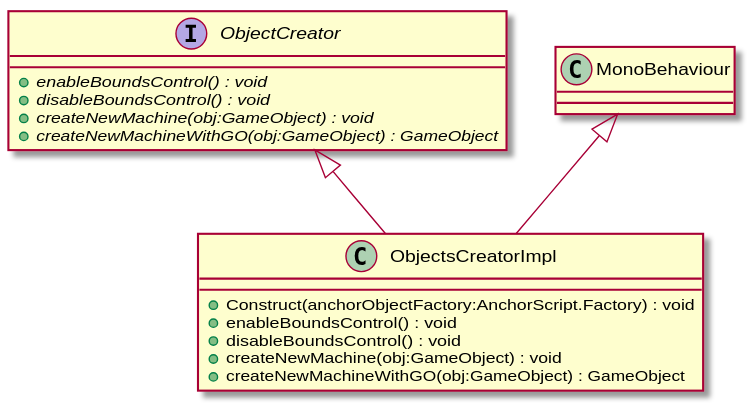
Earlier version of the PlantUML export UML/Assets/Scripts/ObjectsCreatorImpl.svg (DeNatur/ProductionFloorVisualization). Source of this version:
```plantuml
@startuml
interface ObjectCreator {
    + {abstract} enableBoundsControl() : void
    + {abstract} disableBoundsControl() : void
    + {abstract} createNewMachine(obj:GameObject) : void
    + {abstract} createNewMachineWithGO(obj:GameObject) : GameObject
}
class ObjectsCreatorImpl {
    + Construct(anchorObjectFactory:AnchorScript.Factory) : void
    + enableBoundsControl() : void
    + disableBoundsControl() : void
    + createNewMachine(obj:GameObject) : void
    + createNewMachineWithGO(obj:GameObject) : GameObject
}
MonoBehaviour <|-- ObjectsCreatorImpl
ObjectCreator <|-- ObjectsCreatorImpl
@enduml
```
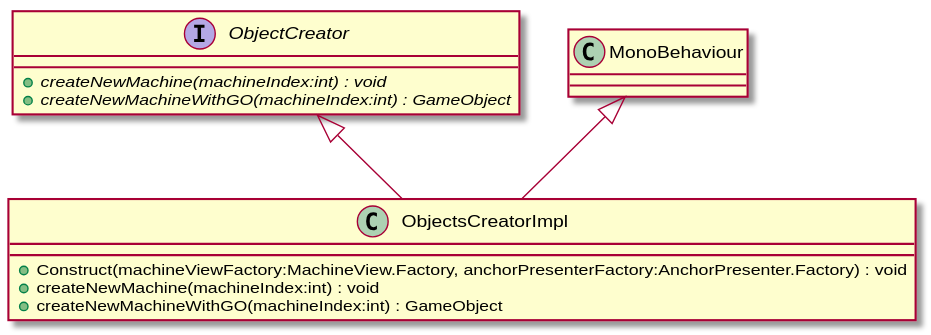
After the commit.

The edit, as a diff of the source:
```diff
@@ -1,16 +1,12 @@
 @startuml
 interface ObjectCreator {
-    + {abstract} enableBoundsControl() : void
-    + {abstract} disableBoundsControl() : void
-    + {abstract} createNewMachine(obj:GameObject) : void
-    + {abstract} createNewMachineWithGO(obj:GameObject) : GameObject
+    + {abstract} createNewMachine(machineIndex:int) : void
+    + {abstract} createNewMachineWithGO(machineIndex:int) : GameObject
 }
 class ObjectsCreatorImpl {
-    + Construct(anchorObjectFactory:AnchorScript.Factory) : void
-    + enableBoundsControl() : void
-    + disableBoundsControl() : void
-    + createNewMachine(obj:GameObject) : void
-    + createNewMachineWithGO(obj:GameObject) : GameObject
+    + Construct(machineViewFactory:MachineView.Factory, anchorPresenterFactory:AnchorPresenter.Factory) : void
+    + createNewMachine(machineIndex:int) : void
+    + createNewMachineWithGO(machineIndex:int) : GameObject
 }
 MonoBehaviour <|-- ObjectsCreatorImpl
 ObjectCreator <|-- ObjectsCreatorImpl
```
